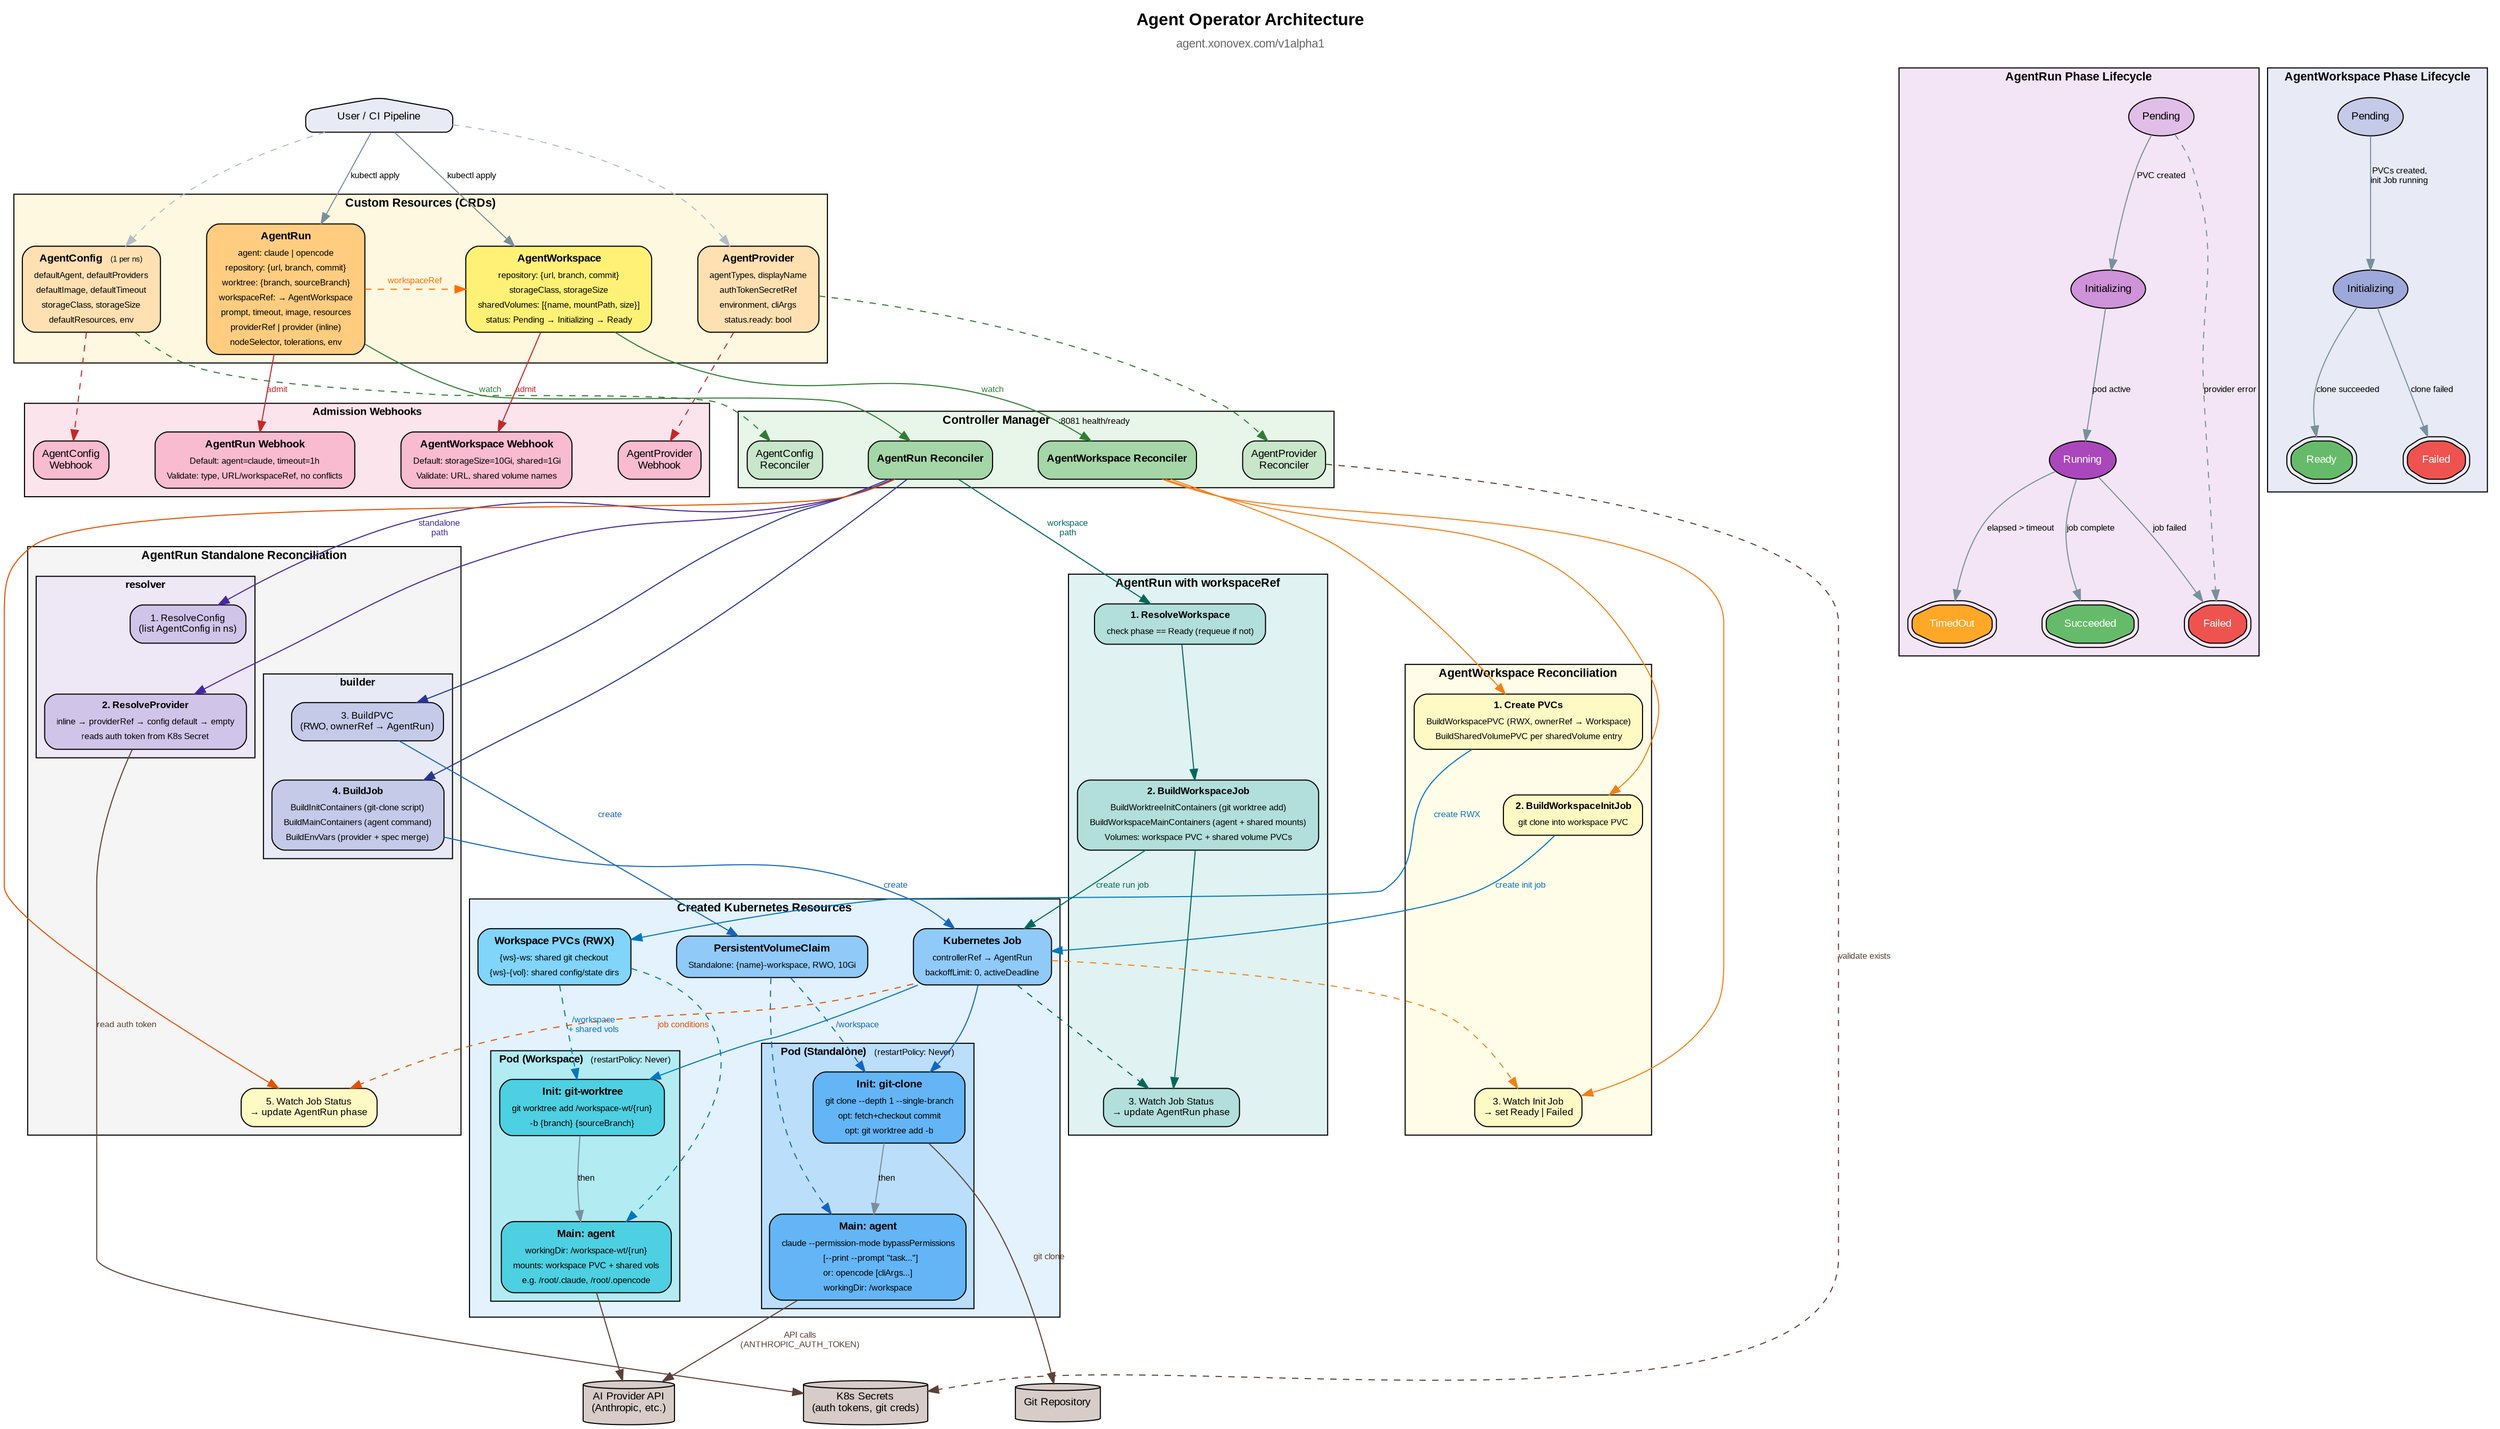
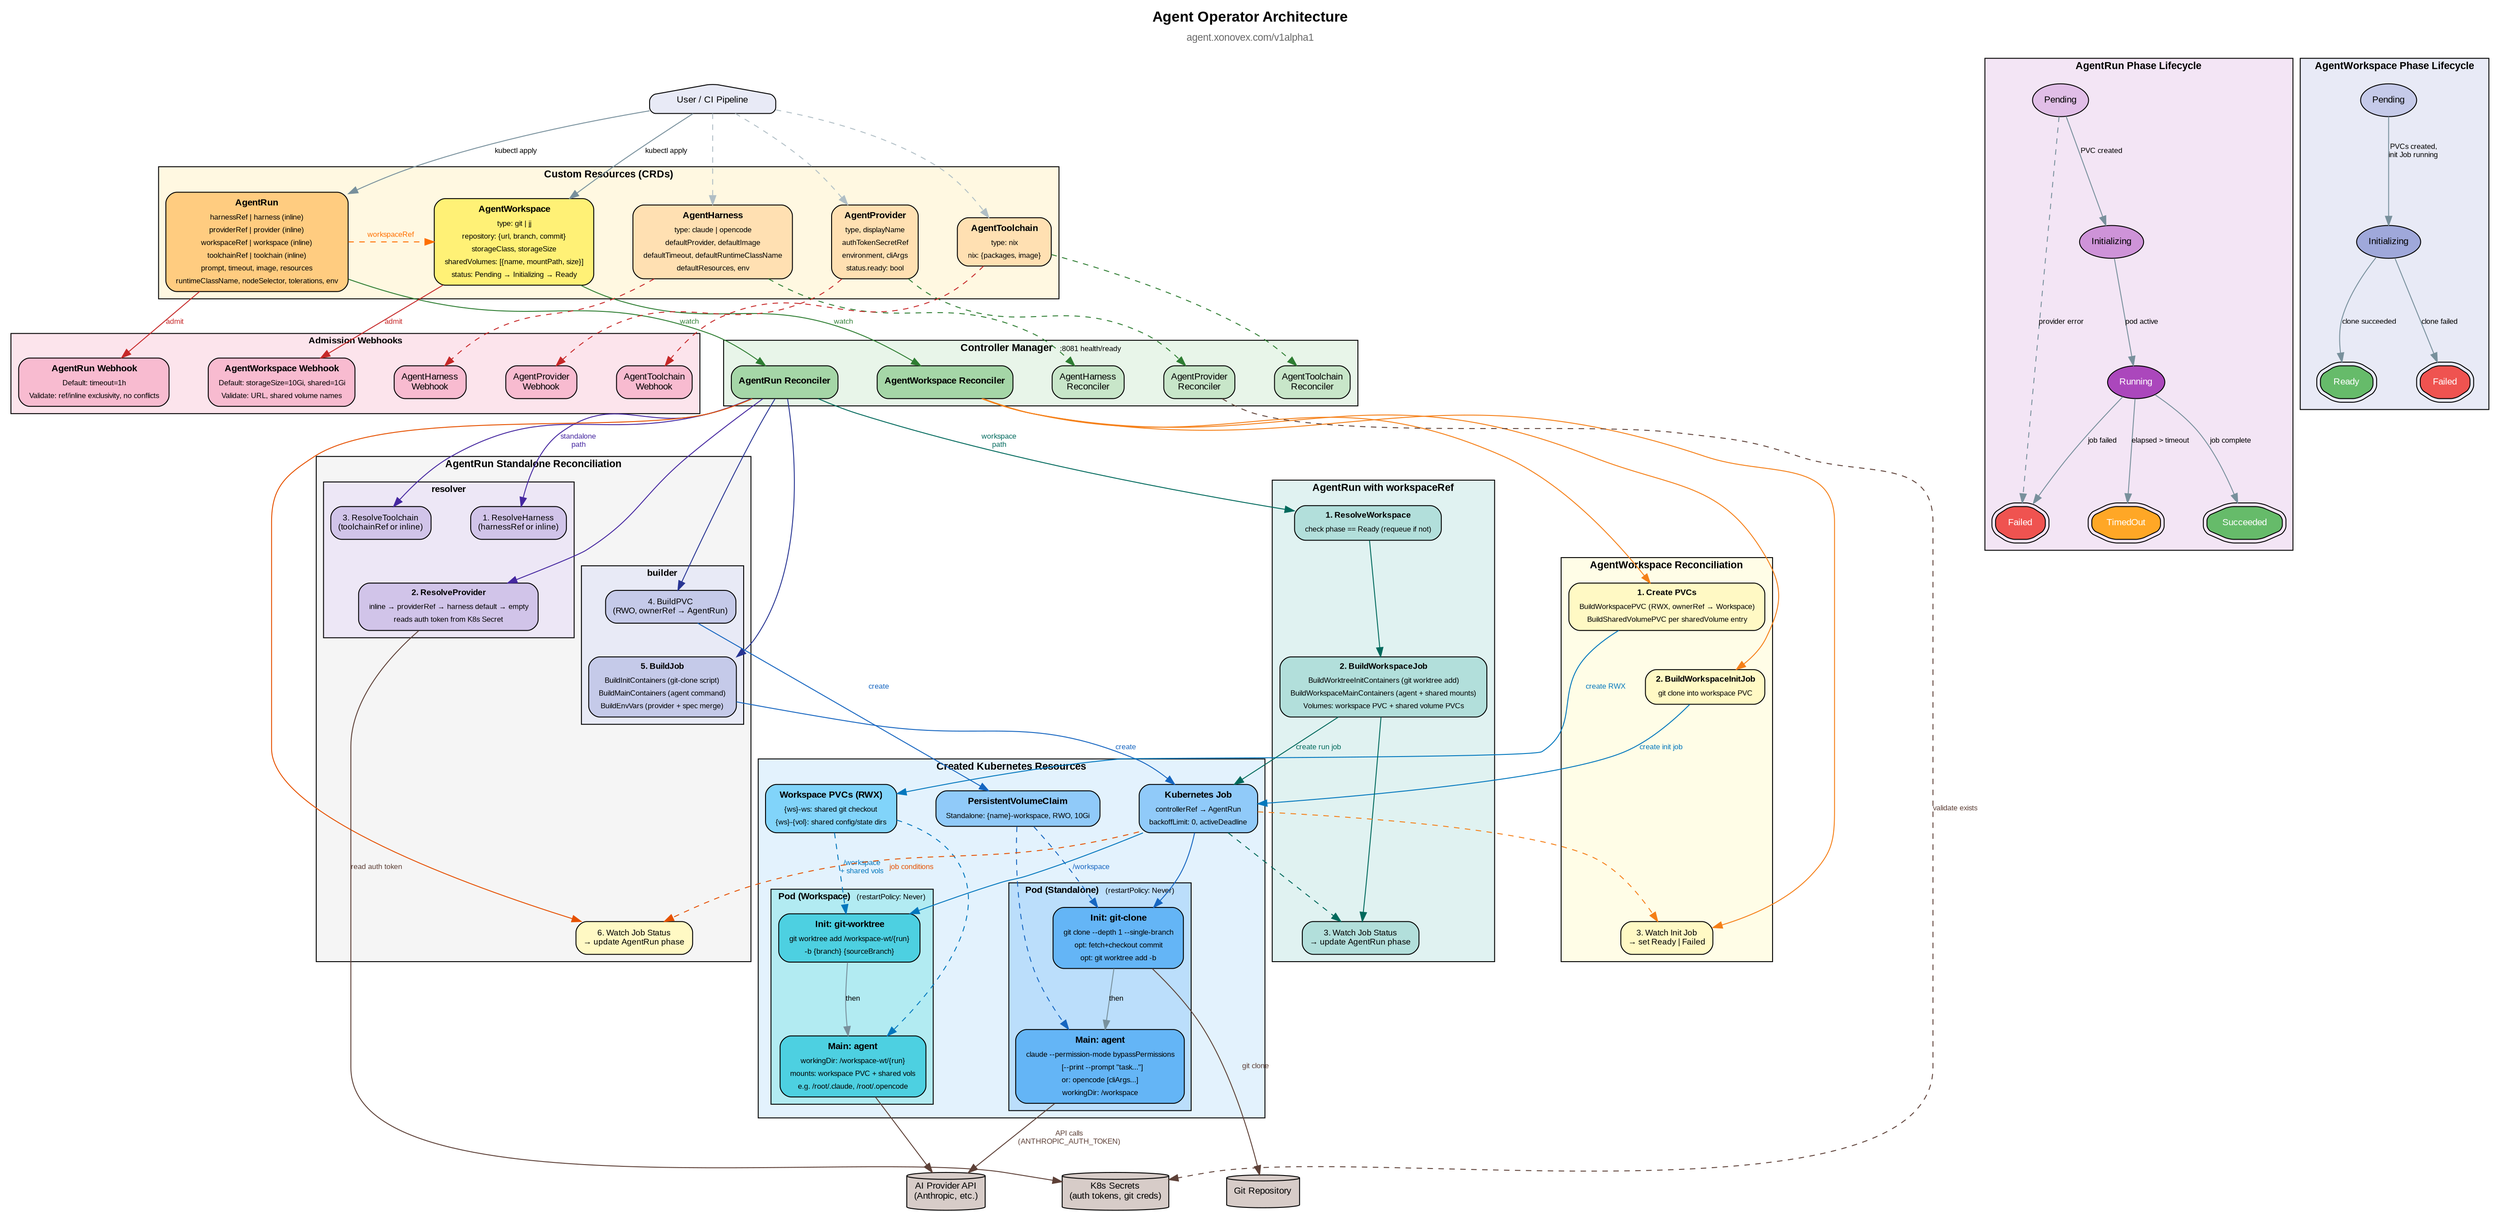
digraph AgentOperatorArchitecture {
  // Graph settings
  rankdir=TB;
  compound=true;
  newrank=true;
  splines=true;
  nodesep=0.6;
  ranksep=0.8;
  fontname="Arial";
  label=<<TABLE BORDER="0" CELLBORDER="0"><TR><TD><B><FONT POINT-SIZE="16">Agent Operator Architecture</FONT></B></TD></TR><TR><TD><FONT POINT-SIZE="11" COLOR="#666666">agent.xonovex.com/v1alpha1</FONT></TD></TR></TABLE>>;
  labelloc=t;

  // Default styles
  node [shape=box, style="rounded,filled", fontname="Arial", fontsize=10];
  edge [fontname="Arial", fontsize=8, color="#78909c"];

  // ─── User ──────────────────────────────────────────────────────────
  user [label="User / CI Pipeline", shape=house, fillcolor="#e8eaf6"];

  // ─── CRDs ──────────────────────────────────────────────────────────
  subgraph cluster_crds {
    label=<<B>Custom Resources (CRDs)</B>>;
    style=filled; fillcolor="#fff8e1"; fontname="Arial"; fontsize=11;

    agentrun [
      label=<<TABLE BORDER="0" CELLBORDER="0" CELLSPACING="1">
        <TR><TD><B>AgentRun</B></TD></TR>
-         <TR><TD><FONT POINT-SIZE="8" COLOR="#555">agent: claude | opencode</FONT></TD></TR>
-         <TR><TD><FONT POINT-SIZE="8" COLOR="#555">repository: {url, branch, commit}</FONT></TD></TR>
-         <TR><TD><FONT POINT-SIZE="8" COLOR="#555">worktree: {branch, sourceBranch}</FONT></TD></TR>
-         <TR><TD><FONT POINT-SIZE="8" COLOR="#555">workspaceRef: → AgentWorkspace</FONT></TD></TR>
+         <TR><TD><FONT POINT-SIZE="8" COLOR="#555">harnessRef | harness (inline)</FONT></TD></TR>
+         <TR><TD><FONT POINT-SIZE="8" COLOR="#555">providerRef | provider (inline)</FONT></TD></TR>
+         <TR><TD><FONT POINT-SIZE="8" COLOR="#555">workspaceRef | workspace (inline)</FONT></TD></TR>
+         <TR><TD><FONT POINT-SIZE="8" COLOR="#555">toolchainRef | toolchain (inline)</FONT></TD></TR>
        <TR><TD><FONT POINT-SIZE="8" COLOR="#555">prompt, timeout, image, resources</FONT></TD></TR>
-         <TR><TD><FONT POINT-SIZE="8" COLOR="#555">providerRef | provider (inline)</FONT></TD></TR>
-         <TR><TD><FONT POINT-SIZE="8" COLOR="#555">nodeSelector, tolerations, env</FONT></TD></TR>
+         <TR><TD><FONT POINT-SIZE="8" COLOR="#555">runtimeClassName, nodeSelector, tolerations, env</FONT></TD></TR>
      </TABLE>>,
      fillcolor="#ffcc80"
    ];

    agentworkspace [
      label=<<TABLE BORDER="0" CELLBORDER="0" CELLSPACING="1">
        <TR><TD><B>AgentWorkspace</B></TD></TR>
+         <TR><TD><FONT POINT-SIZE="8" COLOR="#555">type: git | jj</FONT></TD></TR>
        <TR><TD><FONT POINT-SIZE="8" COLOR="#555">repository: {url, branch, commit}</FONT></TD></TR>
        <TR><TD><FONT POINT-SIZE="8" COLOR="#555">storageClass, storageSize</FONT></TD></TR>
        <TR><TD><FONT POINT-SIZE="8" COLOR="#555">sharedVolumes: [{name, mountPath, size}]</FONT></TD></TR>
        <TR><TD><FONT POINT-SIZE="8" COLOR="#555">status: Pending → Initializing → Ready</FONT></TD></TR>
      </TABLE>>,
      fillcolor="#fff176"
    ];

+     agentharness [
+       label=<<TABLE BORDER="0" CELLBORDER="0" CELLSPACING="1">
+         <TR><TD><B>AgentHarness</B></TD></TR>
+         <TR><TD><FONT POINT-SIZE="8" COLOR="#555">type: claude | opencode</FONT></TD></TR>
+         <TR><TD><FONT POINT-SIZE="8" COLOR="#555">defaultProvider, defaultImage</FONT></TD></TR>
+         <TR><TD><FONT POINT-SIZE="8" COLOR="#555">defaultTimeout, defaultRuntimeClassName</FONT></TD></TR>
+         <TR><TD><FONT POINT-SIZE="8" COLOR="#555">defaultResources, env</FONT></TD></TR>
+       </TABLE>>,
+       fillcolor="#ffe0b2"
+     ];
+ 
    agentprovider [
      label=<<TABLE BORDER="0" CELLBORDER="0" CELLSPACING="1">
        <TR><TD><B>AgentProvider</B></TD></TR>
-         <TR><TD><FONT POINT-SIZE="8" COLOR="#555">agentTypes, displayName</FONT></TD></TR>
+         <TR><TD><FONT POINT-SIZE="8" COLOR="#555">type, displayName</FONT></TD></TR>
        <TR><TD><FONT POINT-SIZE="8" COLOR="#555">authTokenSecretRef</FONT></TD></TR>
        <TR><TD><FONT POINT-SIZE="8" COLOR="#555">environment, cliArgs</FONT></TD></TR>
        <TR><TD><FONT POINT-SIZE="8" COLOR="#555">status.ready: bool</FONT></TD></TR>
      </TABLE>>,
      fillcolor="#ffe0b2"
    ];

-     agentconfig [
-       label=<<TABLE BORDER="0" CELLBORDER="0" CELLSPACING="1">
-         <TR><TD><B>AgentConfig</B>  <FONT POINT-SIZE="7" COLOR="#999">(1 per ns)</FONT></TD></TR>
-         <TR><TD><FONT POINT-SIZE="8" COLOR="#555">defaultAgent, defaultProviders</FONT></TD></TR>
-         <TR><TD><FONT POINT-SIZE="8" COLOR="#555">defaultImage, defaultTimeout</FONT></TD></TR>
-         <TR><TD><FONT POINT-SIZE="8" COLOR="#555">storageClass, storageSize</FONT></TD></TR>
-         <TR><TD><FONT POINT-SIZE="8" COLOR="#555">defaultResources, env</FONT></TD></TR>
+     agenttoolchain [
+       label=<<TABLE BORDER="0" CELLBORDER="0" CELLSPACING="1">
+         <TR><TD><B>AgentToolchain</B></TD></TR>
+         <TR><TD><FONT POINT-SIZE="8" COLOR="#555">type: nix</FONT></TD></TR>
+         <TR><TD><FONT POINT-SIZE="8" COLOR="#555">nix: {packages, image}</FONT></TD></TR>
      </TABLE>>,
      fillcolor="#ffe0b2"
    ];
  }

  // ─── Webhooks + Controller Manager side by side ────────────────────
  subgraph cluster_webhooks {
    label=<<B>Admission Webhooks</B>>;
    style=filled; fillcolor="#fce4ec"; fontname="Arial"; fontsize=10;

    wh_run [
      label=<<TABLE BORDER="0" CELLBORDER="0" CELLSPACING="1">
        <TR><TD><B>AgentRun Webhook</B></TD></TR>
-         <TR><TD><FONT POINT-SIZE="8">Default: agent=claude, timeout=1h</FONT></TD></TR>
-         <TR><TD><FONT POINT-SIZE="8">Validate: type, URL/workspaceRef, no conflicts</FONT></TD></TR>
+         <TR><TD><FONT POINT-SIZE="8">Default: timeout=1h</FONT></TD></TR>
+         <TR><TD><FONT POINT-SIZE="8">Validate: ref/inline exclusivity, no conflicts</FONT></TD></TR>
      </TABLE>>,
      fillcolor="#f8bbd0"
    ];
    wh_workspace [
      label=<<TABLE BORDER="0" CELLBORDER="0" CELLSPACING="1">
        <TR><TD><B>AgentWorkspace Webhook</B></TD></TR>
        <TR><TD><FONT POINT-SIZE="8">Default: storageSize=10Gi, shared=1Gi</FONT></TD></TR>
        <TR><TD><FONT POINT-SIZE="8">Validate: URL, shared volume names</FONT></TD></TR>
      </TABLE>>,
      fillcolor="#f8bbd0"
    ];
+     wh_harness [label="AgentHarness\nWebhook", fillcolor="#f8bbd0"];
    wh_provider [label="AgentProvider\nWebhook", fillcolor="#f8bbd0"];
-     wh_config [label="AgentConfig\nWebhook", fillcolor="#f8bbd0"];
+     wh_toolchain [label="AgentToolchain\nWebhook", fillcolor="#f8bbd0"];
  }

  subgraph cluster_manager {
    label=<<B>Controller Manager</B>  <FONT POINT-SIZE="8" COLOR="#666">:8081 health/ready</FONT>>;
    style=filled; fillcolor="#e8f5e9"; fontname="Arial"; fontsize=11;

    ctrl_run [label=<<B>AgentRun Reconciler</B>>, fillcolor="#a5d6a7"];
    ctrl_workspace [label=<<B>AgentWorkspace Reconciler</B>>, fillcolor="#a5d6a7"];
+     ctrl_harness [label="AgentHarness\nReconciler", fillcolor="#c8e6c9"];
    ctrl_provider [label="AgentProvider\nReconciler", fillcolor="#c8e6c9"];
-     ctrl_config [label="AgentConfig\nReconciler", fillcolor="#c8e6c9"];
+     ctrl_toolchain [label="AgentToolchain\nReconciler", fillcolor="#c8e6c9"];
  }

  // ─── Standalone Reconciliation Steps ────────────────────────────────
  subgraph cluster_reconcile {
    label=<<B>AgentRun Standalone Reconciliation</B>>;
    style=filled; fillcolor="#f5f5f5"; fontname="Arial"; fontsize=11;

    subgraph cluster_resolver {
      label=<<B>resolver</B>>; style=filled; fillcolor="#ede7f6"; fontname="Arial"; fontsize=10;

-       resolve_config [label="1. ResolveConfig\n(list AgentConfig in ns)", fillcolor="#d1c4e9", fontsize=9];
+       resolve_harness [label="1. ResolveHarness\n(harnessRef or inline)", fillcolor="#d1c4e9", fontsize=9];
      resolve_provider [
        label=<<TABLE BORDER="0" CELLBORDER="0" CELLSPACING="1">
          <TR><TD><B>2. ResolveProvider</B></TD></TR>
-           <TR><TD><FONT POINT-SIZE="8">inline → providerRef → config default → empty</FONT></TD></TR>
+           <TR><TD><FONT POINT-SIZE="8">inline → providerRef → harness default → empty</FONT></TD></TR>
          <TR><TD><FONT POINT-SIZE="8">reads auth token from K8s Secret</FONT></TD></TR>
        </TABLE>>,
        fillcolor="#d1c4e9", fontsize=9
      ];
+       resolve_toolchain [label="3. ResolveToolchain\n(toolchainRef or inline)", fillcolor="#d1c4e9", fontsize=9];
    }

    subgraph cluster_builder {
      label=<<B>builder</B>>; style=filled; fillcolor="#e8eaf6"; fontname="Arial"; fontsize=10;

-       build_pvc [label="3. BuildPVC\n(RWO, ownerRef → AgentRun)", fillcolor="#c5cae9", fontsize=9];
+       build_pvc [label="4. BuildPVC\n(RWO, ownerRef → AgentRun)", fillcolor="#c5cae9", fontsize=9];
      build_job [
        label=<<TABLE BORDER="0" CELLBORDER="0" CELLSPACING="1">
-           <TR><TD><B>4. BuildJob</B></TD></TR>
+           <TR><TD><B>5. BuildJob</B></TD></TR>
          <TR><TD><FONT POINT-SIZE="8">BuildInitContainers (git-clone script)</FONT></TD></TR>
          <TR><TD><FONT POINT-SIZE="8">BuildMainContainers (agent command)</FONT></TD></TR>
          <TR><TD><FONT POINT-SIZE="8">BuildEnvVars (provider + spec merge)</FONT></TD></TR>
        </TABLE>>,
        fillcolor="#c5cae9", fontsize=9
      ];
    }

-     watch_status [label="5. Watch Job Status\n→ update AgentRun phase", fillcolor="#fff9c4", fontsize=9];
+     watch_status [label="6. Watch Job Status\n→ update AgentRun phase", fillcolor="#fff9c4", fontsize=9];
  }

  // ─── Workspace Reconciliation ───────────────────────────────────────
  subgraph cluster_ws_reconcile {
    label=<<B>AgentWorkspace Reconciliation</B>>;
    style=filled; fillcolor="#fffde7"; fontname="Arial"; fontsize=11;

    ws_create_pvcs [
      label=<<TABLE BORDER="0" CELLBORDER="0" CELLSPACING="1">
        <TR><TD><B>1. Create PVCs</B></TD></TR>
        <TR><TD><FONT POINT-SIZE="8">BuildWorkspacePVC (RWX, ownerRef → Workspace)</FONT></TD></TR>
        <TR><TD><FONT POINT-SIZE="8">BuildSharedVolumePVC per sharedVolume entry</FONT></TD></TR>
      </TABLE>>,
      fillcolor="#fff9c4", fontsize=9
    ];

    ws_init_job [
      label=<<TABLE BORDER="0" CELLBORDER="0" CELLSPACING="1">
        <TR><TD><B>2. BuildWorkspaceInitJob</B></TD></TR>
        <TR><TD><FONT POINT-SIZE="8">git clone into workspace PVC</FONT></TD></TR>
      </TABLE>>,
      fillcolor="#fff9c4", fontsize=9
    ];

    ws_watch_status [label="3. Watch Init Job\n→ set Ready | Failed", fillcolor="#fff9c4", fontsize=9];
  }

  // ─── Workspace-Aware AgentRun ─────────────────────────────────────
  subgraph cluster_ws_run {
    label=<<B>AgentRun with workspaceRef</B>>;
    style=filled; fillcolor="#e0f2f1"; fontname="Arial"; fontsize=11;

    ws_resolve [
      label=<<TABLE BORDER="0" CELLBORDER="0" CELLSPACING="1">
        <TR><TD><B>1. ResolveWorkspace</B></TD></TR>
        <TR><TD><FONT POINT-SIZE="8">check phase == Ready (requeue if not)</FONT></TD></TR>
      </TABLE>>,
      fillcolor="#b2dfdb", fontsize=9
    ];

    ws_build_job [
      label=<<TABLE BORDER="0" CELLBORDER="0" CELLSPACING="1">
        <TR><TD><B>2. BuildWorkspaceJob</B></TD></TR>
        <TR><TD><FONT POINT-SIZE="8">BuildWorktreeInitContainers (git worktree add)</FONT></TD></TR>
        <TR><TD><FONT POINT-SIZE="8">BuildWorkspaceMainContainers (agent + shared mounts)</FONT></TD></TR>
        <TR><TD><FONT POINT-SIZE="8">Volumes: workspace PVC + shared volume PVCs</FONT></TD></TR>
      </TABLE>>,
      fillcolor="#b2dfdb", fontsize=9
    ];

    ws_watch_run [label="3. Watch Job Status\n→ update AgentRun phase", fillcolor="#b2dfdb", fontsize=9];
  }

  // ─── K8s Resources ─────────────────────────────────────────────────
  subgraph cluster_k8s {
    label=<<B>Created Kubernetes Resources</B>>;
    style=filled; fillcolor="#e3f2fd"; fontname="Arial"; fontsize=11;

    pvc [
      label=<<TABLE BORDER="0" CELLBORDER="0" CELLSPACING="1">
        <TR><TD><B>PersistentVolumeClaim</B></TD></TR>
        <TR><TD><FONT POINT-SIZE="8">Standalone: {name}-workspace, RWO, 10Gi</FONT></TD></TR>
      </TABLE>>,
      fillcolor="#90caf9"
    ];

    ws_pvc [
      label=<<TABLE BORDER="0" CELLBORDER="0" CELLSPACING="1">
        <TR><TD><B>Workspace PVCs (RWX)</B></TD></TR>
        <TR><TD><FONT POINT-SIZE="8">{ws}-ws: shared git checkout</FONT></TD></TR>
        <TR><TD><FONT POINT-SIZE="8">{ws}-{vol}: shared config/state dirs</FONT></TD></TR>
      </TABLE>>,
      fillcolor="#81d4fa"
    ];

    job [
      label=<<TABLE BORDER="0" CELLBORDER="0" CELLSPACING="1">
        <TR><TD><B>Kubernetes Job</B></TD></TR>
        <TR><TD><FONT POINT-SIZE="8">controllerRef → AgentRun</FONT></TD></TR>
        <TR><TD><FONT POINT-SIZE="8">backoffLimit: 0, activeDeadline</FONT></TD></TR>
      </TABLE>>,
      fillcolor="#90caf9"
    ];

    subgraph cluster_pod_standalone {
      label=<<B>Pod (Standalone)</B>  <FONT POINT-SIZE="8" COLOR="#666">(restartPolicy: Never)</FONT>>;
      style=filled; fillcolor="#bbdefb"; fontname="Arial"; fontsize=10;

      init_ctr [
        label=<<TABLE BORDER="0" CELLBORDER="0" CELLSPACING="1">
          <TR><TD><B>Init: git-clone</B></TD></TR>
          <TR><TD><FONT POINT-SIZE="8">git clone --depth 1 --single-branch</FONT></TD></TR>
          <TR><TD><FONT POINT-SIZE="8">opt: fetch+checkout commit</FONT></TD></TR>
          <TR><TD><FONT POINT-SIZE="8">opt: git worktree add -b</FONT></TD></TR>
        </TABLE>>,
        fillcolor="#64b5f6"
      ];

      main_ctr [
        label=<<TABLE BORDER="0" CELLBORDER="0" CELLSPACING="1">
          <TR><TD><B>Main: agent</B></TD></TR>
          <TR><TD><FONT POINT-SIZE="8">claude --permission-mode bypassPermissions</FONT></TD></TR>
          <TR><TD><FONT POINT-SIZE="8">  [--print --prompt "task..."]</FONT></TD></TR>
          <TR><TD><FONT POINT-SIZE="8">or: opencode [cliArgs...]</FONT></TD></TR>
          <TR><TD><FONT POINT-SIZE="8">workingDir: /workspace</FONT></TD></TR>
        </TABLE>>,
        fillcolor="#64b5f6"
      ];
    }

    subgraph cluster_pod_workspace {
      label=<<B>Pod (Workspace)</B>  <FONT POINT-SIZE="8" COLOR="#666">(restartPolicy: Never)</FONT>>;
      style=filled; fillcolor="#b2ebf2"; fontname="Arial"; fontsize=10;

      ws_init_ctr [
        label=<<TABLE BORDER="0" CELLBORDER="0" CELLSPACING="1">
          <TR><TD><B>Init: git-worktree</B></TD></TR>
          <TR><TD><FONT POINT-SIZE="8">git worktree add /workspace-wt/{run}</FONT></TD></TR>
          <TR><TD><FONT POINT-SIZE="8">-b {branch} {sourceBranch}</FONT></TD></TR>
        </TABLE>>,
        fillcolor="#4dd0e1"
      ];

      ws_main_ctr [
        label=<<TABLE BORDER="0" CELLBORDER="0" CELLSPACING="1">
          <TR><TD><B>Main: agent</B></TD></TR>
          <TR><TD><FONT POINT-SIZE="8">workingDir: /workspace-wt/{run}</FONT></TD></TR>
          <TR><TD><FONT POINT-SIZE="8">mounts: workspace PVC + shared vols</FONT></TD></TR>
          <TR><TD><FONT POINT-SIZE="8">e.g. /root/.claude, /root/.opencode</FONT></TD></TR>
        </TABLE>>,
        fillcolor="#4dd0e1"
      ];
    }
  }

  // ─── External ──────────────────────────────────────────────────────
  k8s_secret [label="K8s Secrets\n(auth tokens, git creds)", shape=cylinder, fillcolor="#d7ccc8"];
  git_repo [label="Git Repository", shape=cylinder, fillcolor="#d7ccc8"];
  ai_api [label="AI Provider API\n(Anthropic, etc.)", shape=cylinder, fillcolor="#d7ccc8"];

  // ─── AgentRun Phase Lifecycle ─────────────────────────────────────
  subgraph cluster_phases {
    label=<<B>AgentRun Phase Lifecycle</B>>;
    style=filled; fillcolor="#f3e5f5"; fontname="Arial"; fontsize=11;
    rankdir=LR;

    p_pending [label="Pending", shape=oval, fillcolor="#e1bee7"];
    p_init [label="Initializing", shape=oval, fillcolor="#ce93d8"];
    p_running [label="Running", shape=oval, fillcolor="#ab47bc", fontcolor=white];
    p_succeeded [label="Succeeded", shape=doubleoctagon, fillcolor="#66bb6a", fontcolor=white];
    p_failed [label="Failed", shape=doubleoctagon, fillcolor="#ef5350", fontcolor=white];
    p_timedout [label="TimedOut", shape=doubleoctagon, fillcolor="#ffa726", fontcolor=white];

    p_pending -> p_init [label="PVC created"];
    p_pending -> p_failed [label="provider error", style=dashed];
    p_init -> p_running [label="pod active"];
    p_running -> p_succeeded [label="job complete"];
    p_running -> p_failed [label="job failed"];
    p_running -> p_timedout [label="elapsed > timeout"];
  }

  // ─── AgentWorkspace Phase Lifecycle ───────────────────────────────
  subgraph cluster_ws_phases {
    label=<<B>AgentWorkspace Phase Lifecycle</B>>;
    style=filled; fillcolor="#e8eaf6"; fontname="Arial"; fontsize=11;
    rankdir=LR;

    wp_pending [label="Pending", shape=oval, fillcolor="#c5cae9"];
    wp_init [label="Initializing", shape=oval, fillcolor="#9fa8da"];
    wp_ready [label="Ready", shape=doubleoctagon, fillcolor="#66bb6a", fontcolor=white];
    wp_failed [label="Failed", shape=doubleoctagon, fillcolor="#ef5350", fontcolor=white];

    wp_pending -> wp_init [label="PVCs created,\ninit Job running"];
    wp_init -> wp_ready [label="clone succeeded"];
    wp_init -> wp_failed [label="clone failed"];
  }

  // ═══ MAIN FLOW EDGES ══════════════════════════════════════════════

  // User creates CRDs
  user -> agentrun [label="kubectl apply"];
  user -> agentworkspace [label="kubectl apply"];
+   user -> agentharness [style=dashed, color="#b0bec5"];
  user -> agentprovider [style=dashed, color="#b0bec5"];
-   user -> agentconfig [style=dashed, color="#b0bec5"];
+   user -> agenttoolchain [style=dashed, color="#b0bec5"];

  // Webhooks validate/default
  agentrun -> wh_run [label="admit", color="#c62828", fontcolor="#c62828"];
  agentworkspace -> wh_workspace [label="admit", color="#c62828", fontcolor="#c62828"];
+   agentharness -> wh_harness [color="#c62828", style=dashed];
  agentprovider -> wh_provider [color="#c62828", style=dashed];
-   agentconfig -> wh_config [color="#c62828", style=dashed];
+   agenttoolchain -> wh_toolchain [color="#c62828", style=dashed];

  // Controllers watch CRDs
  agentrun -> ctrl_run [label="watch", color="#2e7d32", fontcolor="#2e7d32"];
  agentworkspace -> ctrl_workspace [label="watch", color="#2e7d32", fontcolor="#2e7d32"];
+   agentharness -> ctrl_harness [color="#2e7d32", style=dashed];
  agentprovider -> ctrl_provider [color="#2e7d32", style=dashed];
-   agentconfig -> ctrl_config [color="#2e7d32", style=dashed];
+   agenttoolchain -> ctrl_toolchain [color="#2e7d32", style=dashed];

  // AgentRun Reconciler — standalone path
-   ctrl_run -> resolve_config [label="standalone\npath", color="#4527a0", fontcolor="#4527a0"];
+   ctrl_run -> resolve_harness [label="standalone\npath", color="#4527a0", fontcolor="#4527a0"];
  ctrl_run -> resolve_provider [color="#4527a0"];
+   ctrl_run -> resolve_toolchain [color="#4527a0"];
  ctrl_run -> build_pvc [color="#283593"];
  ctrl_run -> build_job [color="#283593"];
  ctrl_run -> watch_status [color="#e65100"];

  // AgentRun Reconciler — workspace path
  ctrl_run -> ws_resolve [label="workspace\npath", color="#00695c", fontcolor="#00695c"];
  ws_resolve -> ws_build_job [color="#00695c"];
  ws_build_job -> ws_watch_run [color="#00695c"];

  // AgentWorkspace Reconciler
  ctrl_workspace -> ws_create_pvcs [color="#f57f17", fontcolor="#f57f17"];
  ctrl_workspace -> ws_init_job [color="#f57f17"];
  ctrl_workspace -> ws_watch_status [color="#f57f17"];

  // Resolver → Secrets
  resolve_provider -> k8s_secret [label="read auth token", color="#5d4037", fontcolor="#5d4037"];

  // Provider reconciler → Secrets
  ctrl_provider -> k8s_secret [label="validate exists", style=dashed, color="#5d4037", fontcolor="#5d4037"];

  // Standalone builder → K8s Resources
  build_pvc -> pvc [label="create", color="#1565c0", fontcolor="#1565c0"];
  build_job -> job [label="create", color="#1565c0", fontcolor="#1565c0"];

  // Workspace builder → K8s Resources
  ws_create_pvcs -> ws_pvc [label="create RWX", color="#0277bd", fontcolor="#0277bd"];
  ws_init_job -> job [label="create init job", color="#0277bd", fontcolor="#0277bd"];
  ws_build_job -> job [label="create run job", color="#00695c", fontcolor="#00695c"];

  // Standalone Job → Pod
  job -> init_ctr [color="#1565c0"];
  init_ctr -> main_ctr [label="then"];

  // Workspace Job → Pod
  job -> ws_init_ctr [color="#0277bd"];
  ws_init_ctr -> ws_main_ctr [label="then"];

  // PVC mounts — standalone
  pvc -> init_ctr [label="/workspace", style=dashed, color="#1565c0", fontcolor="#1565c0"];
  pvc -> main_ctr [style=dashed, color="#1565c0"];

  // PVC mounts — workspace
  ws_pvc -> ws_init_ctr [label="/workspace\n+ shared vols", style=dashed, color="#0277bd", fontcolor="#0277bd"];
  ws_pvc -> ws_main_ctr [style=dashed, color="#0277bd"];

  // Pod → External systems
  init_ctr -> git_repo [label="git clone", color="#5d4037", fontcolor="#5d4037"];
  main_ctr -> ai_api [label="API calls\n(ANTHROPIC_AUTH_TOKEN)", color="#5d4037", fontcolor="#5d4037"];
  ws_main_ctr -> ai_api [color="#5d4037"];

  // Job status feedback
  job -> watch_status [label="job conditions", color="#e65100", fontcolor="#e65100", style=dashed];
  job -> ws_watch_status [style=dashed, color="#f57f17"];
  job -> ws_watch_run [style=dashed, color="#00695c"];

  // AgentRun references AgentWorkspace
  agentrun -> agentworkspace [label="workspaceRef", style=dashed, color="#ff6f00", fontcolor="#ff6f00"];

  // Layout hints
-   {rank=same; agentrun; agentworkspace; agentprovider; agentconfig;}
-   {rank=same; wh_run; wh_workspace; wh_provider; wh_config; ctrl_run; ctrl_workspace; ctrl_provider; ctrl_config;}
+   {rank=same; agentrun; agentworkspace; agentharness; agentprovider; agenttoolchain;}
+   {rank=same; wh_run; wh_workspace; wh_harness; wh_provider; wh_toolchain; ctrl_run; ctrl_workspace; ctrl_harness; ctrl_provider; ctrl_toolchain;}
  {rank=same; pvc; ws_pvc; job;}
  {rank=same; git_repo; ai_api; k8s_secret;}
}
